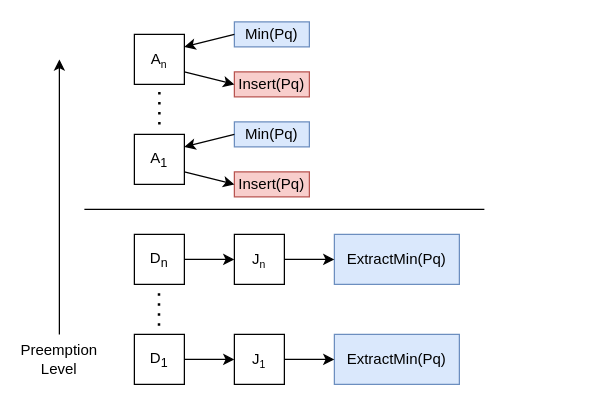
The draw.io diagram figs/interrupt.drawio in perlindgren/inplace-sort, before the edit. Source tidied: cells renumbered, new cells numbered last; positions are measured from the earlier drawing's top-left corner, leaving out a move shared by most shapes. Both pictures are drawn from the tidied source at 125%, with x=0, y=0 at pixel (21, 21).
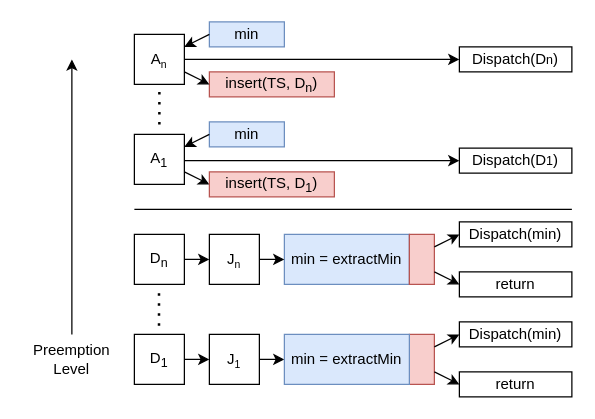
The same page after the edit.

Unchanged cells that the change refers to:
```xml
<mxCell id="9" value="A&lt;span style=&quot;font-size: 10px;&quot;&gt;&lt;sub&gt;n&lt;/sub&gt;&lt;/span&gt;" style="rounded=0;whiteSpace=wrap;html=1;" parent="1" vertex="1">
  <mxGeometry x="90" y="10" width="40" height="40" as="geometry" />
</mxCell>
```

The edit, as a diff of the source:
```diff
@@
     <mxCell id="3" value="J&lt;span style=&quot;font-size: 10px;&quot;&gt;&lt;sub&gt;n&lt;/sub&gt;&lt;/span&gt;" style="rounded=0;whiteSpace=wrap;html=1;" parent="1" vertex="1">
-      <mxGeometry x="170" y="170" width="40" height="40" as="geometry" />
+      <mxGeometry x="150" y="170" width="40" height="40" as="geometry" />
     </mxCell>
@@
-    <mxCell id="5" value="ExtractMin(Pq)" style="rounded=0;whiteSpace=wrap;html=1;fillColor=#dae8fc;strokeColor=#6c8ebf;" parent="1" vertex="1">
-      <mxGeometry x="250" y="170" width="100" height="40" as="geometry" />
+    <mxCell id="5" value="min = extractMin" style="rounded=0;whiteSpace=wrap;html=1;fillColor=#dae8fc;strokeColor=#6c8ebf;" parent="1" vertex="1">
+      <mxGeometry x="210" y="170" width="100" height="40" as="geometry" />
     </mxCell>
@@
     <mxCell id="7" style="endArrow=none;html=1;rounded=0;" parent="1" edge="1">
       <mxGeometry relative="1" as="geometry">
-        <mxPoint x="50" y="150" as="sourcePoint" />
-        <mxPoint x="370" y="150" as="targetPoint" />
+        <mxPoint x="90" y="150" as="sourcePoint" />
+        <mxPoint x="440" y="150" as="targetPoint" />
       </mxGeometry>
     </mxCell>
@@
-    <mxCell id="11" value="Min(Pq)" style="rounded=0;whiteSpace=wrap;html=1;fillColor=#dae8fc;strokeColor=#6c8ebf;" parent="1" vertex="1">
-      <mxGeometry x="170" width="60" height="20" as="geometry" />
+    <mxCell id="11" value="min" style="rounded=0;whiteSpace=wrap;html=1;fillColor=#dae8fc;strokeColor=#6c8ebf;" parent="1" vertex="1">
+      <mxGeometry x="150" width="60" height="20" as="geometry" />
     </mxCell>
@@
     <mxCell id="14" value="J&lt;span style=&quot;font-size: 10px;&quot;&gt;&lt;sub&gt;1&lt;/sub&gt;&lt;/span&gt;" style="rounded=0;whiteSpace=wrap;html=1;" parent="1" vertex="1">
-      <mxGeometry x="170" y="250" width="40" height="40" as="geometry" />
+      <mxGeometry x="150" y="250" width="40" height="40" as="geometry" />
     </mxCell>
@@
-    <mxCell id="16" value="ExtractMin(Pq)" style="rounded=0;whiteSpace=wrap;html=1;fillColor=#dae8fc;strokeColor=#6c8ebf;" parent="1" vertex="1">
-      <mxGeometry x="250" y="250" width="100" height="40" as="geometry" />
-    </mxCell>
-    <mxCell id="17" style="endArrow=classic;html=1;rounded=0;exitX=1;exitY=0.5;exitDx=0;exitDy=0;entryX=0;entryY=0.5;entryDx=0;entryDy=0;" parent="1" edge="1" source="14" target="16">
-      <mxGeometry relative="1" as="geometry" />
+    <mxCell id="17" style="endArrow=classic;html=1;rounded=0;exitX=1;exitY=0.5;exitDx=0;exitDy=0;entryX=0;entryY=0.5;entryDx=0;entryDy=0;" parent="1" edge="1" source="14">
+      <mxGeometry relative="1" as="geometry">
+        <mxPoint x="210" y="270" as="targetPoint" />
+      </mxGeometry>
     </mxCell>
     <mxCell id="18" style="endArrow=classic;html=1;rounded=0;" parent="1" edge="1">
       <mxGeometry relative="1" as="geometry">
-        <mxPoint x="30" y="250" as="sourcePoint" />
-        <mxPoint x="30" y="30" as="targetPoint" />
+        <mxPoint x="40" y="250" as="sourcePoint" />
+        <mxPoint x="40" y="30" as="targetPoint" />
       </mxGeometry>
     </mxCell>
     <mxCell id="19" value="Preemption&lt;br&gt;Level" style="text;html=1;whiteSpace=wrap;strokeColor=none;fillColor=none;align=center;verticalAlign=middle;rounded=0;" parent="1" vertex="1">
-      <mxGeometry y="255" width="60" height="30" as="geometry" />
+      <mxGeometry x="10" y="255" width="60" height="30" as="geometry" />
     </mxCell>
@@
-    <mxCell id="21" value="Insert(Pq)" style="rounded=0;whiteSpace=wrap;html=1;fillColor=#f8cecc;strokeColor=#b85450;" parent="1" vertex="1">
-      <mxGeometry x="170" y="40" width="60" height="20" as="geometry" />
+    <mxCell id="21" value="insert(TS, D&lt;sub&gt;n&lt;/sub&gt;)" style="rounded=0;whiteSpace=wrap;html=1;fillColor=#f8cecc;strokeColor=#b85450;" parent="1" vertex="1">
+      <mxGeometry x="150" y="40" width="100" height="20" as="geometry" />
     </mxCell>
@@
-    <mxCell id="23" value="Min(Pq)" style="rounded=0;whiteSpace=wrap;html=1;fillColor=#dae8fc;strokeColor=#6c8ebf;" parent="1" vertex="1">
-      <mxGeometry x="170" y="80" width="60" height="20" as="geometry" />
+    <mxCell id="23" value="min" style="rounded=0;whiteSpace=wrap;html=1;fillColor=#dae8fc;strokeColor=#6c8ebf;" parent="1" vertex="1">
+      <mxGeometry x="150" y="80" width="60" height="20" as="geometry" />
     </mxCell>
@@
-    <mxCell id="25" value="Insert(Pq)" style="rounded=0;whiteSpace=wrap;html=1;fillColor=#f8cecc;strokeColor=#b85450;" parent="1" vertex="1">
-      <mxGeometry x="170" y="120" width="60" height="20" as="geometry" />
-    </mxCell>
-    <mxCell id="26" style="endArrow=classic;html=1;rounded=0;exitX=1;exitY=0.75;exitDx=0;exitDy=0;entryX=0;entryY=0.5;entryDx=0;entryDy=0;" parent="1" edge="1" target="25">
+    <mxCell id="26" style="endArrow=classic;html=1;rounded=0;exitX=1;exitY=0.75;exitDx=0;exitDy=0;entryX=0;entryY=0.5;entryDx=0;entryDy=0;" parent="1" edge="1">
       <mxGeometry relative="1" as="geometry">
         <mxPoint x="130" y="120" as="sourcePoint" />
+        <mxPoint x="150" y="130" as="targetPoint" />
       </mxGeometry>
     </mxCell>
+    <mxCell id="27" style="rounded=0;whiteSpace=wrap;html=1;fillColor=#f8cecc;strokeColor=#b85450;" parent="1" vertex="1">
+      <mxGeometry x="310" y="170" width="20" height="40" as="geometry" />
+    </mxCell>
+    <mxCell id="28" style="rounded=0;whiteSpace=wrap;html=1;fillColor=#f8cecc;strokeColor=#b85450;" parent="1" vertex="1">
+      <mxGeometry x="310" y="250" width="20" height="40" as="geometry" />
+    </mxCell>
+    <mxCell id="29" style="endArrow=classic;html=1;rounded=0;exitX=1;exitY=0.25;exitDx=0;exitDy=0;entryX=0;entryY=0.5;entryDx=0;entryDy=0;" parent="1" edge="1" source="27" target="30">
+      <mxGeometry relative="1" as="geometry" />
+    </mxCell>
+    <mxCell id="30" value="Dispatch(min)" style="rounded=0;whiteSpace=wrap;html=1;" parent="1" vertex="1">
+      <mxGeometry x="350" y="160" width="90" height="20" as="geometry" />
+    </mxCell>
+    <mxCell id="31" value="return" style="rounded=0;whiteSpace=wrap;html=1;" parent="1" vertex="1">
+      <mxGeometry x="350" y="200" width="90" height="20" as="geometry" />
+    </mxCell>
+    <mxCell id="32" style="endArrow=classic;html=1;rounded=0;exitX=1;exitY=0.75;exitDx=0;exitDy=0;entryX=0;entryY=0.5;entryDx=0;entryDy=0;" parent="1" edge="1" source="27" target="31">
+      <mxGeometry relative="1" as="geometry" />
+    </mxCell>
+    <mxCell id="33" style="endArrow=classic;html=1;rounded=0;exitX=1;exitY=0.25;exitDx=0;exitDy=0;entryX=0;entryY=0.5;entryDx=0;entryDy=0;" parent="1" edge="1" target="34">
+      <mxGeometry relative="1" as="geometry">
+        <mxPoint x="330" y="260" as="sourcePoint" />
+      </mxGeometry>
+    </mxCell>
+    <mxCell id="34" value="Dispatch(min)" style="rounded=0;whiteSpace=wrap;html=1;" parent="1" vertex="1">
+      <mxGeometry x="350" y="240" width="90" height="20" as="geometry" />
+    </mxCell>
+    <mxCell id="35" value="return" style="rounded=0;whiteSpace=wrap;html=1;" parent="1" vertex="1">
+      <mxGeometry x="350" y="280" width="90" height="20" as="geometry" />
+    </mxCell>
+    <mxCell id="36" style="endArrow=classic;html=1;rounded=0;exitX=1;exitY=0.75;exitDx=0;exitDy=0;entryX=0;entryY=0.5;entryDx=0;entryDy=0;" parent="1" edge="1" target="35">
+      <mxGeometry relative="1" as="geometry">
+        <mxPoint x="330" y="280" as="sourcePoint" />
+      </mxGeometry>
+    </mxCell>
+    <mxCell id="37" value="Dispatch(D&lt;span style=&quot;font-size: 10px;&quot;&gt;n&lt;/span&gt;)" style="rounded=0;whiteSpace=wrap;html=1;" parent="1" vertex="1">
+      <mxGeometry x="350" y="20" width="90" height="20" as="geometry" />
+    </mxCell>
+    <mxCell id="38" style="endArrow=classic;html=1;rounded=0;exitX=1;exitY=0.5;exitDx=0;exitDy=0;entryX=0;entryY=0.5;entryDx=0;entryDy=0;" parent="1" edge="1" source="9" target="37">
+      <mxGeometry relative="1" as="geometry" />
+    </mxCell>
+    <mxCell id="39" value="Dispatch(D&lt;span style=&quot;font-size: 10px;&quot;&gt;1&lt;/span&gt;)" style="rounded=0;whiteSpace=wrap;html=1;" parent="1" vertex="1">
+      <mxGeometry x="350" y="101" width="90" height="20" as="geometry" />
+    </mxCell>
+    <mxCell id="40" style="endArrow=classic;html=1;rounded=0;exitX=1;exitY=0.5;exitDx=0;exitDy=0;entryX=0;entryY=0.5;entryDx=0;entryDy=0;" parent="1" edge="1" target="39">
+      <mxGeometry relative="1" as="geometry">
+        <mxPoint x="130" y="111" as="sourcePoint" />
+      </mxGeometry>
+    </mxCell>
+    <mxCell id="41" value="insert(TS, D&lt;sub&gt;1&lt;/sub&gt;)" style="rounded=0;whiteSpace=wrap;html=1;fillColor=#f8cecc;strokeColor=#b85450;" parent="1" vertex="1">
+      <mxGeometry x="150" y="120" width="100" height="20" as="geometry" />
+    </mxCell>
+    <mxCell id="42" value="min = extractMin" style="rounded=0;whiteSpace=wrap;html=1;fillColor=#dae8fc;strokeColor=#6c8ebf;" parent="1" vertex="1">
+      <mxGeometry x="210" y="250" width="100" height="40" as="geometry" />
+    </mxCell>
```
